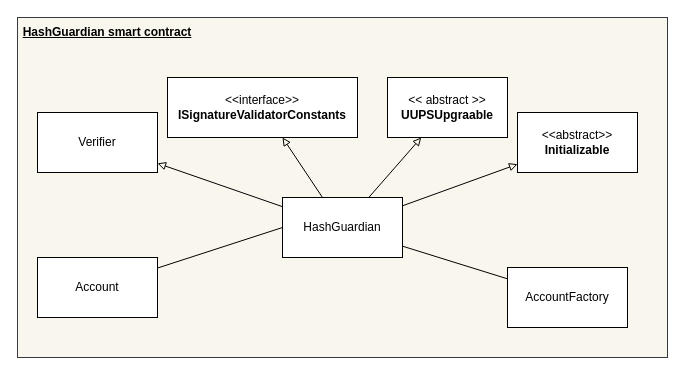
Before: page "zk-guardian-smart-contract" (16 of 24) of documents/master.drawio in phamhongphuc1999/account-abstraction-app, a draw.io diagram. Source tidied: cells renumbered, new cells numbered last; positions are measured from the earlier drawing's top-left corner, leaving out a move shared by most shapes. Both pictures are drawn from the tidied source at 100%, with x=0, y=0 at pixel (17, 17).
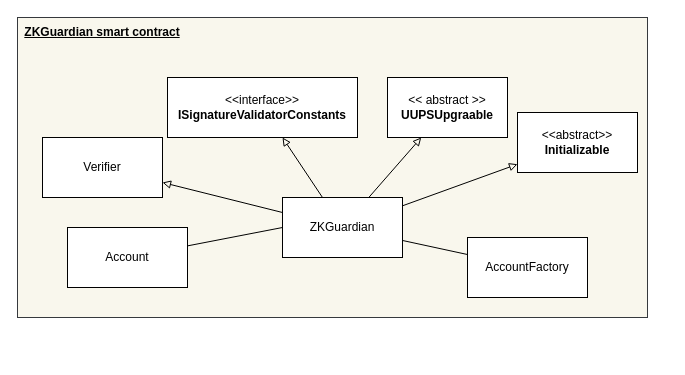
After the change.

Diff of the diagram source:
```diff
@@
 <mxGraphModel>
   <root>
     <mxCell id="0" />
     <mxCell id="1" parent="0" />
     <mxCell id="2" style="rounded=0;whiteSpace=wrap;html=1;fillColor=#f9f7ed;strokeColor=#36393d;" parent="1" vertex="1">
-      <mxGeometry width="650" height="340" as="geometry" />
+      <mxGeometry width="630" height="300" as="geometry" />
     </mxCell>
     <mxCell id="3" style="rounded=0;jettySize=auto;html=1;endArrow=block;endFill=0;" parent="1" edge="1" source="8" target="11">
       <mxGeometry relative="1" as="geometry" />
     </mxCell>
     <mxCell id="4" style="rounded=0;jettySize=auto;html=1;endArrow=block;endFill=0;" parent="1" edge="1" source="8" target="9">
       <mxGeometry relative="1" as="geometry" />
     </mxCell>
     <mxCell id="5" style="rounded=0;jettySize=auto;html=1;endArrow=block;endFill=0;" parent="1" edge="1" source="8" target="10">
       <mxGeometry relative="1" as="geometry" />
     </mxCell>
     <mxCell id="6" style="rounded=0;jettySize=auto;html=1;endArrow=block;endFill=0;" parent="1" edge="1" source="8" target="12">
       <mxGeometry relative="1" as="geometry" />
     </mxCell>
     <mxCell id="7" style="rounded=0;jettySize=auto;html=1;endArrow=none;endFill=0;" parent="1" edge="1" source="8" target="16">
       <mxGeometry relative="1" as="geometry" />
     </mxCell>
-    <mxCell id="8" value="HashGuardian" style="rounded=0;whiteSpace=wrap;html=1;" parent="1" vertex="1">
+    <mxCell id="8" value="ZKGuardian" style="rounded=0;whiteSpace=wrap;html=1;" parent="1" vertex="1">
       <mxGeometry x="265" y="180" width="120" height="60" as="geometry" />
     </mxCell>
     <mxCell id="9" value="Verifier" style="rounded=0;whiteSpace=wrap;html=1;" parent="1" vertex="1">
-      <mxGeometry x="20" y="95" width="120" height="60" as="geometry" />
+      <mxGeometry x="25" y="120" width="120" height="60" as="geometry" />
     </mxCell>
     <mxCell id="10" value="&lt;div&gt;&amp;lt;&amp;lt;&amp;nbsp;abstract &amp;gt;&amp;gt;&lt;/div&gt;&lt;b&gt;UUPSUpgraable&lt;/b&gt;" style="rounded=0;whiteSpace=wrap;html=1;" parent="1" vertex="1">
       <mxGeometry x="370" y="60" width="120" height="60" as="geometry" />
     </mxCell>
     <mxCell id="11" value="&lt;div&gt;&amp;lt;&amp;lt;abstract&amp;gt;&amp;gt;&lt;/div&gt;&lt;b&gt;Initializable&lt;/b&gt;" style="rounded=0;whiteSpace=wrap;html=1;" parent="1" vertex="1">
       <mxGeometry x="500" y="95" width="120" height="60" as="geometry" />
     </mxCell>
     <mxCell id="12" value="&amp;lt;&amp;lt;interface&amp;gt;&amp;gt;&lt;div&gt;&lt;b&gt;ISignatureValidatorConstants&lt;/b&gt;&lt;/div&gt;" style="rounded=0;whiteSpace=wrap;html=1;" parent="1" vertex="1">
       <mxGeometry x="150" y="60" width="190" height="60" as="geometry" />
     </mxCell>
-    <mxCell id="13" value="HashGuardian smart contract" style="text;html=1;align=center;verticalAlign=middle;whiteSpace=wrap;rounded=0;fontStyle=5;" parent="1" vertex="1">
-      <mxGeometry width="180" height="30" as="geometry" />
+    <mxCell id="13" value="ZKGuardian smart contract" style="text;html=1;align=center;verticalAlign=middle;whiteSpace=wrap;rounded=0;fontStyle=5;" parent="1" vertex="1">
+      <mxGeometry width="170" height="30" as="geometry" />
     </mxCell>
     <mxCell id="14" style="rounded=0;jettySize=auto;html=1;entryX=0;entryY=0.5;entryDx=0;entryDy=0;endArrow=none;endFill=0;" parent="1" edge="1" source="15" target="8">
       <mxGeometry relative="1" as="geometry" />
     </mxCell>
     <mxCell id="15" value="Account" style="rounded=0;whiteSpace=wrap;html=1;" parent="1" vertex="1">
-      <mxGeometry x="20" y="240" width="120" height="60" as="geometry" />
+      <mxGeometry x="50" y="210" width="120" height="60" as="geometry" />
     </mxCell>
     <mxCell id="16" value="AccountFactory" style="rounded=0;whiteSpace=wrap;html=1;" parent="1" vertex="1">
-      <mxGeometry x="490" y="250" width="120" height="60" as="geometry" />
+      <mxGeometry x="450" y="220" width="120" height="60" as="geometry" />
     </mxCell>
   </root>
 </mxGraphModel>
```
